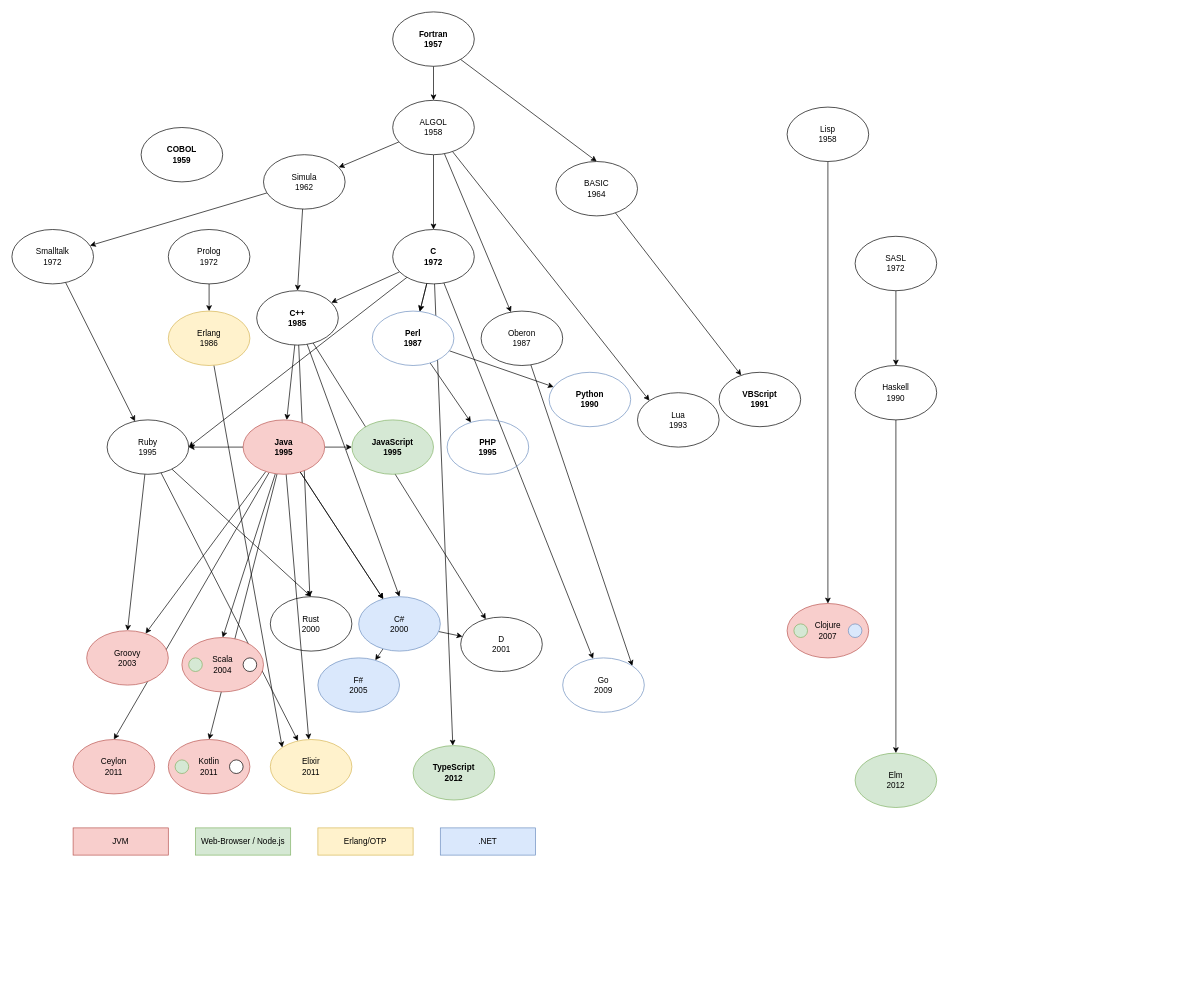
Before: lang-tree.drawio in trutvo/dev-ecosystems, a draw.io diagram. Source tidied: cells renumbered, new cells numbered last; positions are measured from the earlier drawing's top-left corner, leaving out a move shared by most shapes. Both pictures are drawn from the tidied source at 68%, with x=0, y=0 at pixel (12, 12).
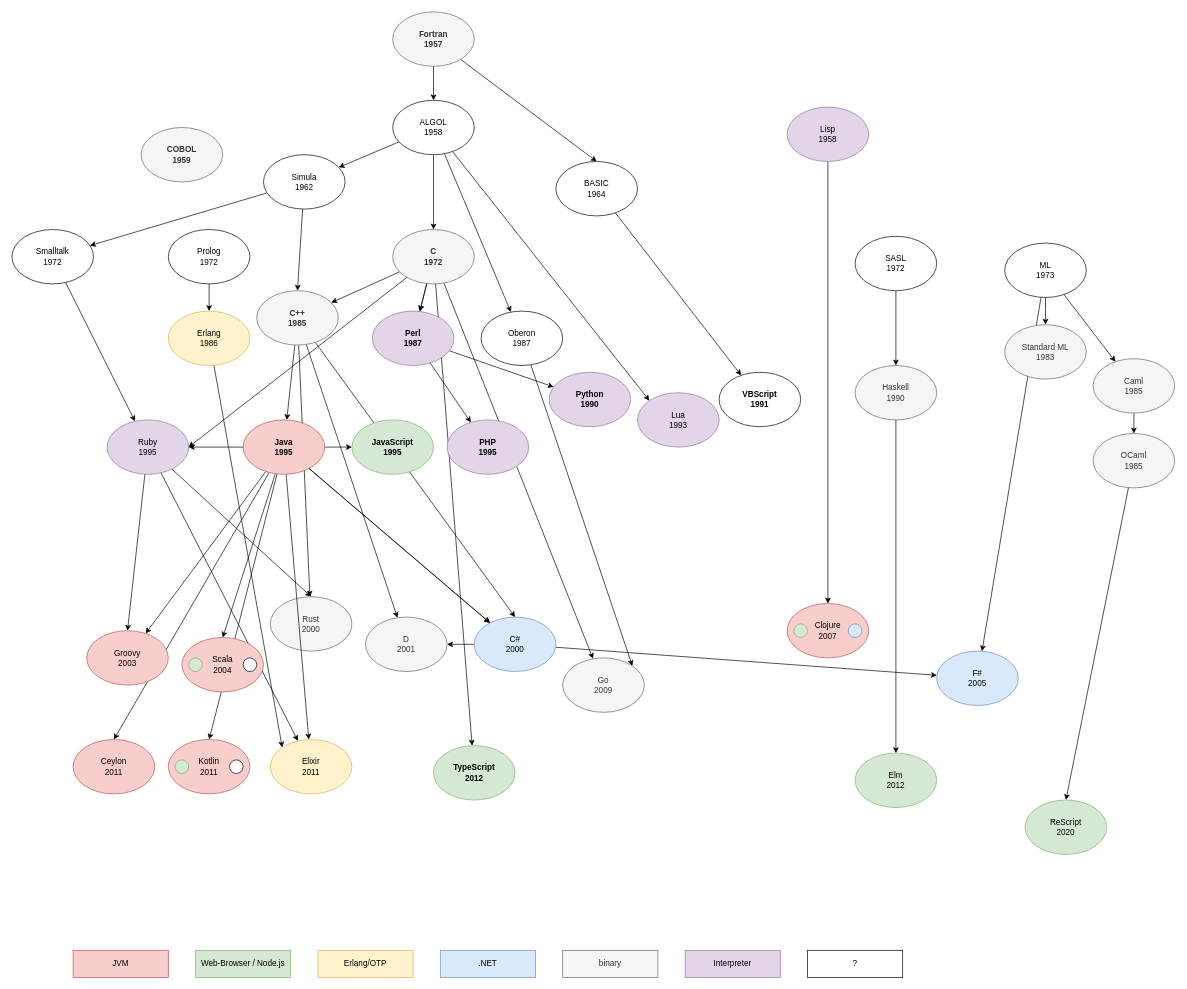
The same diagram, later.

Diff of the diagram source:
```diff
@@
-    <mxCell id="4" value="Lisp&lt;br&gt;1958" style="ellipse;whiteSpace=wrap;html=1;" parent="1" vertex="1">
+    <mxCell id="4" value="Lisp&lt;br&gt;1958" style="ellipse;whiteSpace=wrap;html=1;fillColor=#e1d5e7;strokeColor=#9673a6;" parent="1" vertex="1">
       <mxGeometry x="1140" y="140" width="120" height="80" as="geometry" />
     </mxCell>
@@
-    <mxCell id="6" value="Haskell&lt;br&gt;1990" style="ellipse;whiteSpace=wrap;html=1;" parent="1" vertex="1">
+    <mxCell id="6" value="Haskell&lt;br&gt;1990" style="ellipse;whiteSpace=wrap;html=1;fillColor=#f5f5f5;fontColor=#333333;strokeColor=#666666;" parent="1" vertex="1">
       <mxGeometry x="1240" y="520" width="120" height="80" as="geometry" />
     </mxCell>
@@
-    <mxCell id="8" value="Lua&lt;br&gt;1993" style="ellipse;whiteSpace=wrap;html=1;" parent="1" vertex="1">
+    <mxCell id="8" value="Lua&lt;br&gt;1993" style="ellipse;whiteSpace=wrap;html=1;fillColor=#e1d5e7;strokeColor=#9673a6;" parent="1" vertex="1">
       <mxGeometry x="920" y="560" width="120" height="80" as="geometry" />
     </mxCell>
-    <mxCell id="9" value="COBOL&lt;br&gt;1959" style="ellipse;whiteSpace=wrap;html=1;fontStyle=1;" parent="1" vertex="1">
+    <mxCell id="9" value="COBOL&lt;br&gt;1959" style="ellipse;whiteSpace=wrap;html=1;fontStyle=1;fillColor=#f5f5f5;fontColor=#333333;strokeColor=#666666;" parent="1" vertex="1">
       <mxGeometry x="190" y="170" width="120" height="80" as="geometry" />
     </mxCell>
@@
-    <mxCell id="13" value="Fortran&lt;br&gt;1957" style="ellipse;whiteSpace=wrap;html=1;fontStyle=1;" parent="1" vertex="1">
+    <mxCell id="13" value="Fortran&lt;br&gt;1957" style="ellipse;whiteSpace=wrap;html=1;fontStyle=1;fillColor=#f5f5f5;fontColor=#333333;strokeColor=#666666;" parent="1" vertex="1">
       <mxGeometry x="560" width="120" height="80" as="geometry" />
     </mxCell>
@@
-    <mxCell id="28" value="Ruby&lt;br&gt;1995" style="ellipse;whiteSpace=wrap;html=1;" parent="1" vertex="1">
+    <mxCell id="28" value="Ruby&lt;br&gt;1995" style="ellipse;whiteSpace=wrap;html=1;fillColor=#e1d5e7;strokeColor=#9673a6;" parent="1" vertex="1">
       <mxGeometry x="140" y="600" width="120" height="80" as="geometry" />
     </mxCell>
@@
-    <mxCell id="36" value="C&lt;br&gt;1972" style="ellipse;whiteSpace=wrap;html=1;fontStyle=1;" parent="1" vertex="1">
+    <mxCell id="36" value="C&lt;br&gt;1972" style="ellipse;whiteSpace=wrap;html=1;fontStyle=1;fillColor=#f5f5f5;fontColor=#333333;strokeColor=#666666;" parent="1" vertex="1">
       <mxGeometry x="560" y="320" width="120" height="80" as="geometry" />
     </mxCell>
-    <mxCell id="37" value="Python&lt;br&gt;1990" style="ellipse;whiteSpace=wrap;html=1;fillColor=#ffffff;strokeColor=#6c8ebf;fontStyle=1;" parent="1" vertex="1">
+    <mxCell id="37" value="Python&lt;br&gt;1990" style="ellipse;whiteSpace=wrap;html=1;fillColor=#e1d5e7;strokeColor=#9673a6;fontStyle=1;" parent="1" vertex="1">
       <mxGeometry x="790" y="530" width="120" height="80" as="geometry" />
     </mxCell>
@@
-    <mxCell id="39" value="PHP&lt;br&gt;1995" style="ellipse;whiteSpace=wrap;html=1;fillColor=none;strokeColor=#6c8ebf;fontStyle=1;" parent="1" vertex="1">
+    <mxCell id="39" value="PHP&lt;br&gt;1995" style="ellipse;whiteSpace=wrap;html=1;fillColor=#e1d5e7;strokeColor=#9673a6;fontStyle=1;" parent="1" vertex="1">
       <mxGeometry x="640" y="600" width="120" height="80" as="geometry" />
     </mxCell>
-    <mxCell id="40" value="Go&lt;br&gt;2009" style="ellipse;whiteSpace=wrap;html=1;fillColor=#ffffff;strokeColor=#6c8ebf;" parent="1" vertex="1">
+    <mxCell id="40" value="Go&lt;br&gt;2009" style="ellipse;whiteSpace=wrap;html=1;fillColor=#f5f5f5;strokeColor=#666666;fontColor=#333333;" parent="1" vertex="1">
       <mxGeometry x="810" y="950" width="120" height="80" as="geometry" />
     </mxCell>
@@
-    <mxCell id="45" value="Rust&lt;br&gt;2000" style="ellipse;whiteSpace=wrap;html=1;" parent="1" vertex="1">
+    <mxCell id="45" value="Rust&lt;br&gt;2000" style="ellipse;whiteSpace=wrap;html=1;fillColor=#f5f5f5;fontColor=#333333;strokeColor=#666666;" parent="1" vertex="1">
       <mxGeometry x="380" y="860" width="120" height="80" as="geometry" />
     </mxCell>
@@
-    <mxCell id="56" value="D&lt;br&gt;2001" style="ellipse;whiteSpace=wrap;html=1;" parent="1" vertex="1">
-      <mxGeometry x="660" y="890" width="120" height="80" as="geometry" />
+    <mxCell id="56" value="D&lt;br&gt;2001" style="ellipse;whiteSpace=wrap;html=1;fillColor=#f5f5f5;fontColor=#333333;strokeColor=#666666;" parent="1" vertex="1">
+      <mxGeometry x="520" y="890" width="120" height="80" as="geometry" />
     </mxCell>
@@
     <mxCell id="71" value="C#&lt;br&gt;2000" style="ellipse;whiteSpace=wrap;html=1;fillColor=#dae8fc;strokeColor=#6c8ebf;" parent="1" vertex="1">
-      <mxGeometry x="510" y="860" width="120" height="80" as="geometry" />
+      <mxGeometry x="680" y="890" width="120" height="80" as="geometry" />
     </mxCell>
@@
-    <mxCell id="73" value="Perl&lt;br&gt;1987" style="ellipse;whiteSpace=wrap;html=1;fillColor=#ffffff;strokeColor=#6c8ebf;fontStyle=1;" parent="1" vertex="1">
+    <mxCell id="73" value="Perl&lt;br&gt;1987" style="ellipse;whiteSpace=wrap;html=1;fillColor=#e1d5e7;strokeColor=#9673a6;fontStyle=1;" parent="1" vertex="1">
       <mxGeometry x="530" y="440" width="120" height="80" as="geometry" />
     </mxCell>
@@
-    <mxCell id="75" value="C++&lt;br&gt;1985" style="ellipse;whiteSpace=wrap;html=1;fontStyle=1;" parent="1" vertex="1">
+    <mxCell id="75" value="C++&lt;br&gt;1985" style="ellipse;whiteSpace=wrap;html=1;fontStyle=1;fillColor=#f5f5f5;fontColor=#333333;strokeColor=#666666;" parent="1" vertex="1">
       <mxGeometry x="360" y="410" width="120" height="80" as="geometry" />
     </mxCell>
     <mxCell id="76" value="TypeScript&lt;br&gt;2012" style="ellipse;whiteSpace=wrap;html=1;fillColor=#d5e8d4;strokeColor=#82b366;fontStyle=1;" parent="1" vertex="1">
-      <mxGeometry x="590" y="1079" width="120" height="80" as="geometry" />
+      <mxGeometry x="620" y="1079" width="120" height="80" as="geometry" />
     </mxCell>
@@
     <mxCell id="85" value="JVM" style="rounded=0;whiteSpace=wrap;html=1;fillColor=#f8cecc;strokeColor=#b85450;" parent="1" vertex="1">
-      <mxGeometry x="90" y="1200" width="140" height="40" as="geometry" />
+      <mxGeometry x="90" y="1380" width="140" height="40" as="geometry" />
     </mxCell>
     <mxCell id="86" value="Web-Browser / Node.js" style="rounded=0;whiteSpace=wrap;html=1;fillColor=#d5e8d4;strokeColor=#82b366;" parent="1" vertex="1">
-      <mxGeometry x="270" y="1200" width="140" height="40" as="geometry" />
+      <mxGeometry x="270" y="1380" width="140" height="40" as="geometry" />
     </mxCell>
     <mxCell id="87" value="Erlang/OTP" style="rounded=0;whiteSpace=wrap;html=1;fillColor=#fff2cc;strokeColor=#d6b656;" parent="1" vertex="1">
-      <mxGeometry x="450" y="1200" width="140" height="40" as="geometry" />
+      <mxGeometry x="450" y="1380" width="140" height="40" as="geometry" />
     </mxCell>
     <mxCell id="88" value=".NET" style="rounded=0;whiteSpace=wrap;html=1;fillColor=#dae8fc;strokeColor=#6c8ebf;" parent="1" vertex="1">
-      <mxGeometry x="630" y="1200" width="140" height="40" as="geometry" />
+      <mxGeometry x="630" y="1380" width="140" height="40" as="geometry" />
     </mxCell>
     <mxCell id="89" value="F#&lt;br&gt;2005" style="ellipse;whiteSpace=wrap;html=1;fillColor=#dae8fc;strokeColor=#6c8ebf;" parent="1" vertex="1">
-      <mxGeometry x="450" y="950" width="120" height="80" as="geometry" />
+      <mxGeometry x="1360" y="940" width="120" height="80" as="geometry" />
     </mxCell>
+    <mxCell id="90" style="rounded=0;jettySize=auto;html=1;" parent="1" edge="1" source="93" target="94">
+      <mxGeometry relative="1" as="geometry" />
+    </mxCell>
+    <mxCell id="91" style="rounded=0;jettySize=auto;html=1;" parent="1" edge="1" source="93" target="96">
+      <mxGeometry relative="1" as="geometry" />
+    </mxCell>
+    <mxCell id="92" style="rounded=0;jettySize=auto;html=1;" parent="1" edge="1" source="93" target="89">
+      <mxGeometry relative="1" as="geometry" />
+    </mxCell>
+    <mxCell id="93" value="ML&lt;div&gt;1973&lt;/div&gt;" style="ellipse;whiteSpace=wrap;html=1;" parent="1" vertex="1">
+      <mxGeometry x="1460" y="340" width="120" height="80" as="geometry" />
+    </mxCell>
+    <mxCell id="94" value="Standard ML&lt;div&gt;1983&lt;/div&gt;" style="ellipse;whiteSpace=wrap;html=1;fillColor=#f5f5f5;fontColor=#333333;strokeColor=#666666;" parent="1" vertex="1">
+      <mxGeometry x="1460" y="460" width="120" height="80" as="geometry" />
+    </mxCell>
+    <mxCell id="95" style="rounded=0;jettySize=auto;html=1;entryX=0.5;entryY=0;entryDx=0;entryDy=0;" parent="1" edge="1" source="96" target="98">
+      <mxGeometry relative="1" as="geometry" />
+    </mxCell>
+    <mxCell id="96" value="Caml&lt;div&gt;1985&lt;/div&gt;" style="ellipse;whiteSpace=wrap;html=1;fillColor=#f5f5f5;fontColor=#333333;strokeColor=#666666;" parent="1" vertex="1">
+      <mxGeometry x="1590" y="510" width="120" height="80" as="geometry" />
+    </mxCell>
+    <mxCell id="97" style="rounded=0;jettySize=auto;html=1;entryX=0.5;entryY=0;entryDx=0;entryDy=0;" parent="1" edge="1" source="98" target="99">
+      <mxGeometry relative="1" as="geometry" />
+    </mxCell>
+    <mxCell id="98" value="OCaml&lt;div&gt;1985&lt;/div&gt;" style="ellipse;whiteSpace=wrap;html=1;fillColor=#f5f5f5;fontColor=#333333;strokeColor=#666666;" parent="1" vertex="1">
+      <mxGeometry x="1590" y="620" width="120" height="80" as="geometry" />
+    </mxCell>
+    <mxCell id="99" value="ReScript&lt;div&gt;2020&lt;/div&gt;" style="ellipse;whiteSpace=wrap;html=1;fillColor=#d5e8d4;strokeColor=#82b366;" parent="1" vertex="1">
+      <mxGeometry x="1490" y="1159" width="120" height="80" as="geometry" />
+    </mxCell>
+    <mxCell id="100" value="binary" style="rounded=0;whiteSpace=wrap;html=1;fillColor=#f5f5f5;strokeColor=#666666;fontColor=#333333;" parent="1" vertex="1">
+      <mxGeometry x="810" y="1380" width="140" height="40" as="geometry" />
+    </mxCell>
+    <mxCell id="101" value="Interpreter" style="rounded=0;whiteSpace=wrap;html=1;fillColor=#e1d5e7;strokeColor=#9673a6;" parent="1" vertex="1">
+      <mxGeometry x="990" y="1380" width="140" height="40" as="geometry" />
+    </mxCell>
+    <mxCell id="102" value="?" style="rounded=0;whiteSpace=wrap;html=1;" parent="1" vertex="1">
+      <mxGeometry x="1170" y="1380" width="140" height="40" as="geometry" />
+    </mxCell>
```
